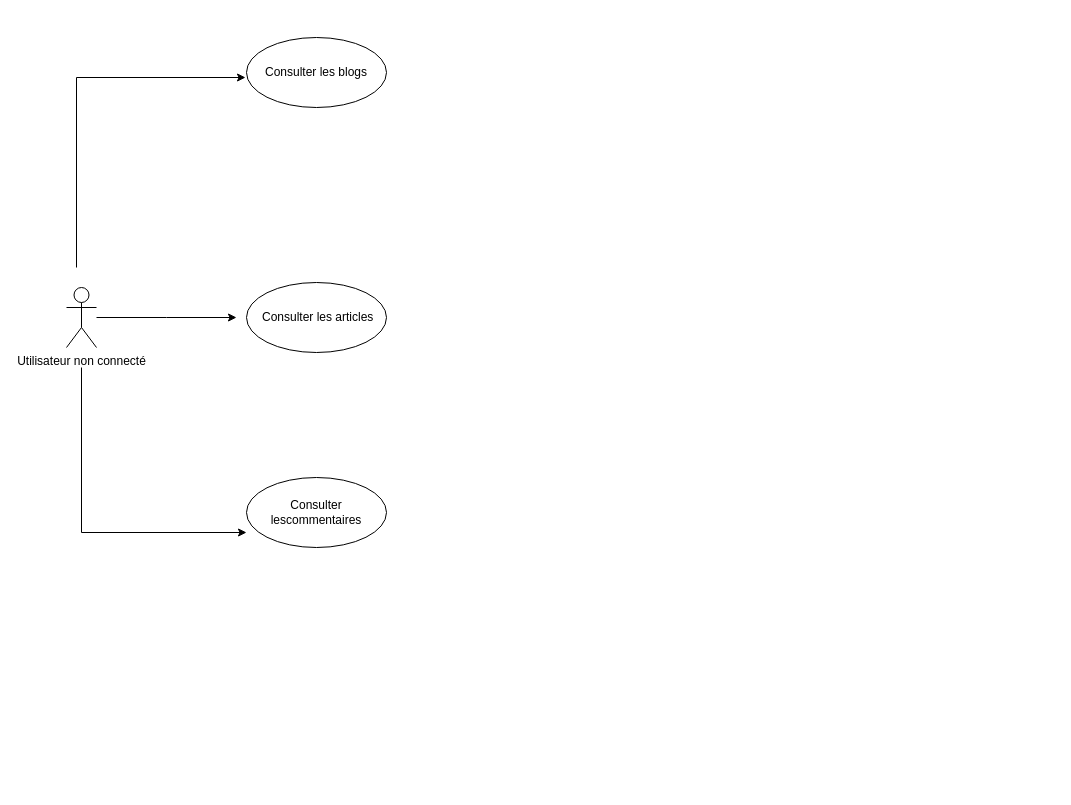
The draw.io diagram page "Page-3" (3 of 3) of Diagramme sans nom.drawio in Ali0908/BDD_UML, before the edit. Source tidied: cells renumbered, new cells numbered last; positions are measured from the earlier drawing's top-left corner, leaving out a move shared by most shapes. Both pictures are drawn from the tidied source at 100%, with x=0, y=0 at pixel (66, 37).
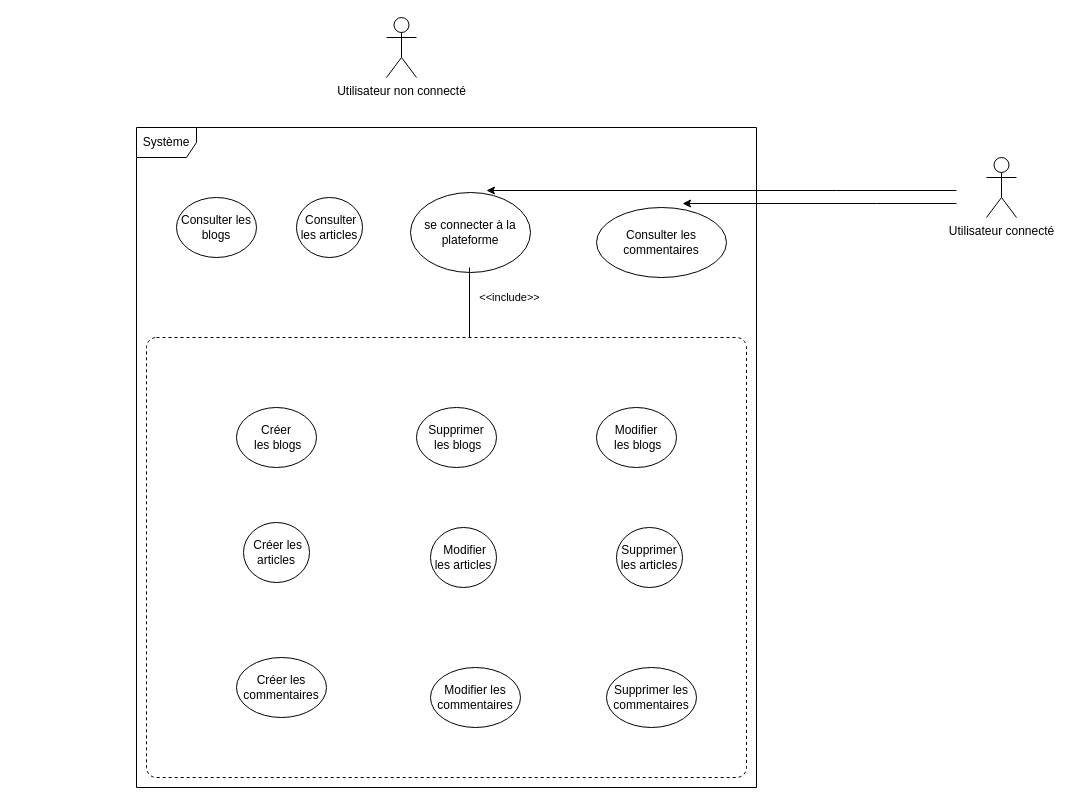
Above is the later version.

What changed in the source:
```diff
@@
-    <mxCell id="2" style="edgeStyle=orthogonalEdgeStyle;rounded=0;orthogonalLoop=1;jettySize=auto;html=1;entryX=0;entryY=0.5;entryDx=0;entryDy=0;" parent="1" edge="1">
-      <mxGeometry relative="1" as="geometry">
-        <mxPoint x="15" y="330" as="sourcePoint" />
-        <mxPoint x="180" y="495" as="targetPoint" />
-        <Array as="points">
-          <mxPoint x="15" y="495" />
-        </Array>
-      </mxGeometry>
-    </mxCell>
-    <mxCell id="3" style="edgeStyle=orthogonalEdgeStyle;rounded=0;jettySize=auto;html=1;" parent="1" edge="1" source="5">
-      <mxGeometry relative="1" as="geometry">
-        <mxPoint x="170" y="280" as="targetPoint" />
-      </mxGeometry>
-    </mxCell>
-    <mxCell id="4" style="edgeStyle=orthogonalEdgeStyle;rounded=0;orthogonalLoop=1;jettySize=auto;html=1;" parent="1" edge="1">
-      <mxGeometry relative="1" as="geometry">
-        <mxPoint x="10" y="230" as="sourcePoint" />
-        <mxPoint x="179" y="40" as="targetPoint" />
-        <Array as="points">
-          <mxPoint x="10" y="40" />
-        </Array>
-      </mxGeometry>
-    </mxCell>
+    <mxCell id="9" style="dashed=1;rounded=1;absoluteArcSize=1;arcSize=20;html=1;verticalAlign=top;align=left;spacingTop=5;spacingLeft=10;whiteSpace=wrap;" parent="1" vertex="1">
+      <mxGeometry x="80" y="300" width="600" height="440" as="geometry" />
+    </mxCell>
     <mxCell id="5" value="Utilisateur non connecté" style="shape=umlActor;verticalLabelPosition=bottom;verticalAlign=top;html=1;" parent="1" vertex="1">
-      <mxGeometry y="250" width="30" height="60" as="geometry" />
+      <mxGeometry x="320" y="-20" width="30" height="60" as="geometry" />
     </mxCell>
     <mxCell id="6" value="Consulter les blogs" style="ellipse;whiteSpace=wrap;html=1;" parent="1" vertex="1">
-      <mxGeometry x="180" width="140" height="70" as="geometry" />
+      <mxGeometry x="110" y="160" width="80" height="60" as="geometry" />
     </mxCell>
     <mxCell id="7" value="&amp;nbsp;Consulter les articles" style="ellipse;whiteSpace=wrap;html=1;" parent="1" vertex="1">
-      <mxGeometry x="180" y="245" width="140" height="70" as="geometry" />
+      <mxGeometry x="230" y="160" width="66" height="60" as="geometry" />
     </mxCell>
-    <mxCell id="8" value="Consulter lescommentaires" style="ellipse;whiteSpace=wrap;html=1;" parent="1" vertex="1">
-      <mxGeometry x="180" y="440" width="140" height="70" as="geometry" />
+    <mxCell id="8" value="Consulter les commentaires" style="ellipse;whiteSpace=wrap;html=1;" parent="1" vertex="1">
+      <mxGeometry x="530" y="170" width="130" height="70" as="geometry" />
     </mxCell>
+    <mxCell id="10" value="Système" style="shape=umlFrame;whiteSpace=wrap;html=1;" parent="1" vertex="1">
+      <mxGeometry x="70" y="90" width="620" height="660" as="geometry" />
+    </mxCell>
+    <mxCell id="11" value="Utilisateur connecté" style="shape=umlActor;verticalLabelPosition=bottom;verticalAlign=top;html=1;" parent="1" vertex="1">
+      <mxGeometry x="920" y="120" width="30" height="60" as="geometry" />
+    </mxCell>
+    <mxCell id="12" value="&lt;div&gt;Créer&lt;/div&gt;&lt;div&gt;&amp;nbsp;les blogs&lt;/div&gt;" style="ellipse;whiteSpace=wrap;html=1;" parent="1" vertex="1">
+      <mxGeometry x="170" y="370" width="80" height="60" as="geometry" />
+    </mxCell>
+    <mxCell id="13" value="se connecter à la plateforme" style="ellipse;whiteSpace=wrap;html=1;" parent="1" vertex="1">
+      <mxGeometry x="344" y="155" width="120" height="80" as="geometry" />
+    </mxCell>
+    <mxCell id="14" value="&lt;div&gt;Modifier&lt;br&gt;&lt;/div&gt;&lt;div&gt;&amp;nbsp;les blogs&lt;/div&gt;" style="ellipse;whiteSpace=wrap;html=1;" parent="1" vertex="1">
+      <mxGeometry x="530" y="370" width="80" height="60" as="geometry" />
+    </mxCell>
+    <mxCell id="15" value="&lt;div&gt;Supprimer&lt;br&gt;&lt;/div&gt;&lt;div&gt;&amp;nbsp;les blogs&lt;/div&gt;" style="ellipse;whiteSpace=wrap;html=1;" parent="1" vertex="1">
+      <mxGeometry x="350" y="370" width="80" height="60" as="geometry" />
+    </mxCell>
+    <mxCell id="16" value="&amp;nbsp;Créer les articles" style="ellipse;whiteSpace=wrap;html=1;" parent="1" vertex="1">
+      <mxGeometry x="177" y="485" width="66" height="60" as="geometry" />
+    </mxCell>
+    <mxCell id="17" value="&amp;nbsp;Modifier les articles" style="ellipse;whiteSpace=wrap;html=1;" parent="1" vertex="1">
+      <mxGeometry x="364" y="490" width="66" height="60" as="geometry" />
+    </mxCell>
+    <mxCell id="18" value="Supprimer les articles" style="ellipse;whiteSpace=wrap;html=1;" parent="1" vertex="1">
+      <mxGeometry x="550" y="490" width="66" height="60" as="geometry" />
+    </mxCell>
+    <mxCell id="19" value="Créer les commentaires" style="ellipse;whiteSpace=wrap;html=1;" parent="1" vertex="1">
+      <mxGeometry x="170" y="620" width="90" height="60" as="geometry" />
+    </mxCell>
+    <mxCell id="20" value="Modifier les commentaires" style="ellipse;whiteSpace=wrap;html=1;" parent="1" vertex="1">
+      <mxGeometry x="364" y="630" width="90" height="60" as="geometry" />
+    </mxCell>
+    <mxCell id="21" value="Supprimer les commentaires" style="ellipse;whiteSpace=wrap;html=1;" parent="1" vertex="1">
+      <mxGeometry x="540" y="630" width="90" height="60" as="geometry" />
+    </mxCell>
+    <mxCell id="22" value="&amp;lt;&amp;lt;include&amp;gt;&amp;gt;" style="endArrow=none;html=1;endSize=12;startArrow=none;startSize=14;startFill=0;edgeStyle=orthogonalEdgeStyle;align=center;verticalAlign=bottom;endFill=0;rounded=0;" parent="1" edge="1">
+      <mxGeometry x="0.12" y="40" relative="1" as="geometry">
+        <mxPoint x="403" y="230" as="sourcePoint" />
+        <mxPoint x="403" y="300" as="targetPoint" />
+        <Array as="points">
+          <mxPoint x="403" y="300" />
+          <mxPoint x="403" y="300" />
+        </Array>
+      </mxGeometry>
+    </mxCell>
+    <mxCell id="23" style="edgeStyle=orthogonalEdgeStyle;rounded=0;jettySize=auto;html=1;entryX=0.662;entryY=-0.057;entryDx=0;entryDy=0;entryPerimeter=0;" parent="1" edge="1" target="8">
+      <mxGeometry relative="1" as="geometry">
+        <mxPoint x="890" y="166" as="sourcePoint" />
+        <Array as="points">
+          <mxPoint x="810" y="166" />
+          <mxPoint x="810" y="166" />
+        </Array>
+      </mxGeometry>
+    </mxCell>
+    <mxCell id="24" style="edgeStyle=orthogonalEdgeStyle;rounded=0;jettySize=auto;html=1;entryX=0.633;entryY=-0.025;entryDx=0;entryDy=0;entryPerimeter=0;" parent="1" edge="1" target="13">
+      <mxGeometry relative="1" as="geometry">
+        <mxPoint x="890" y="153" as="sourcePoint" />
+        <Array as="points">
+          <mxPoint x="770" y="153" />
+          <mxPoint x="770" y="153" />
+        </Array>
+      </mxGeometry>
+    </mxCell>
```
